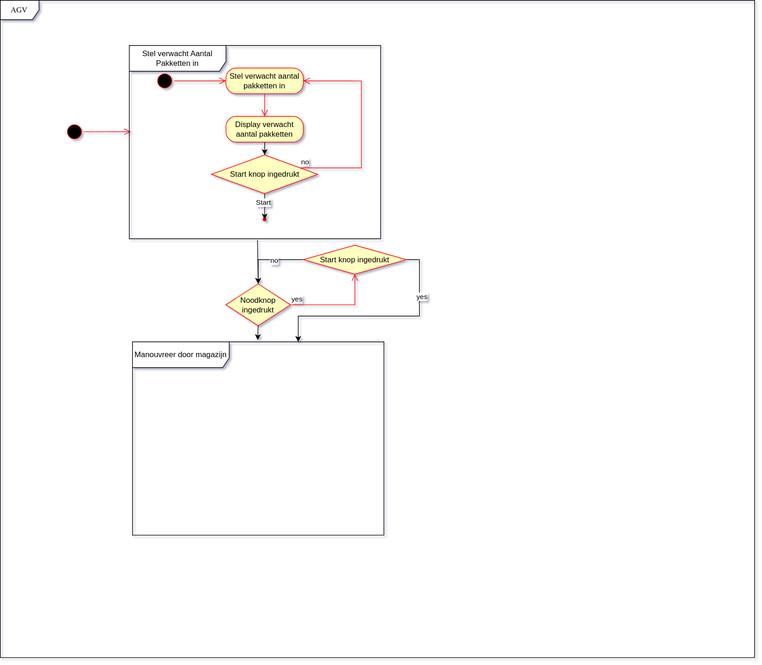
This is agv.drawio.svg from Yamairo/AGV, a draw.io export, as it was before one commit. Source tidied: cells renumbered, new cells last; positions are measured from the earlier drawing's top-left corner, leaving out a move shared by most shapes.
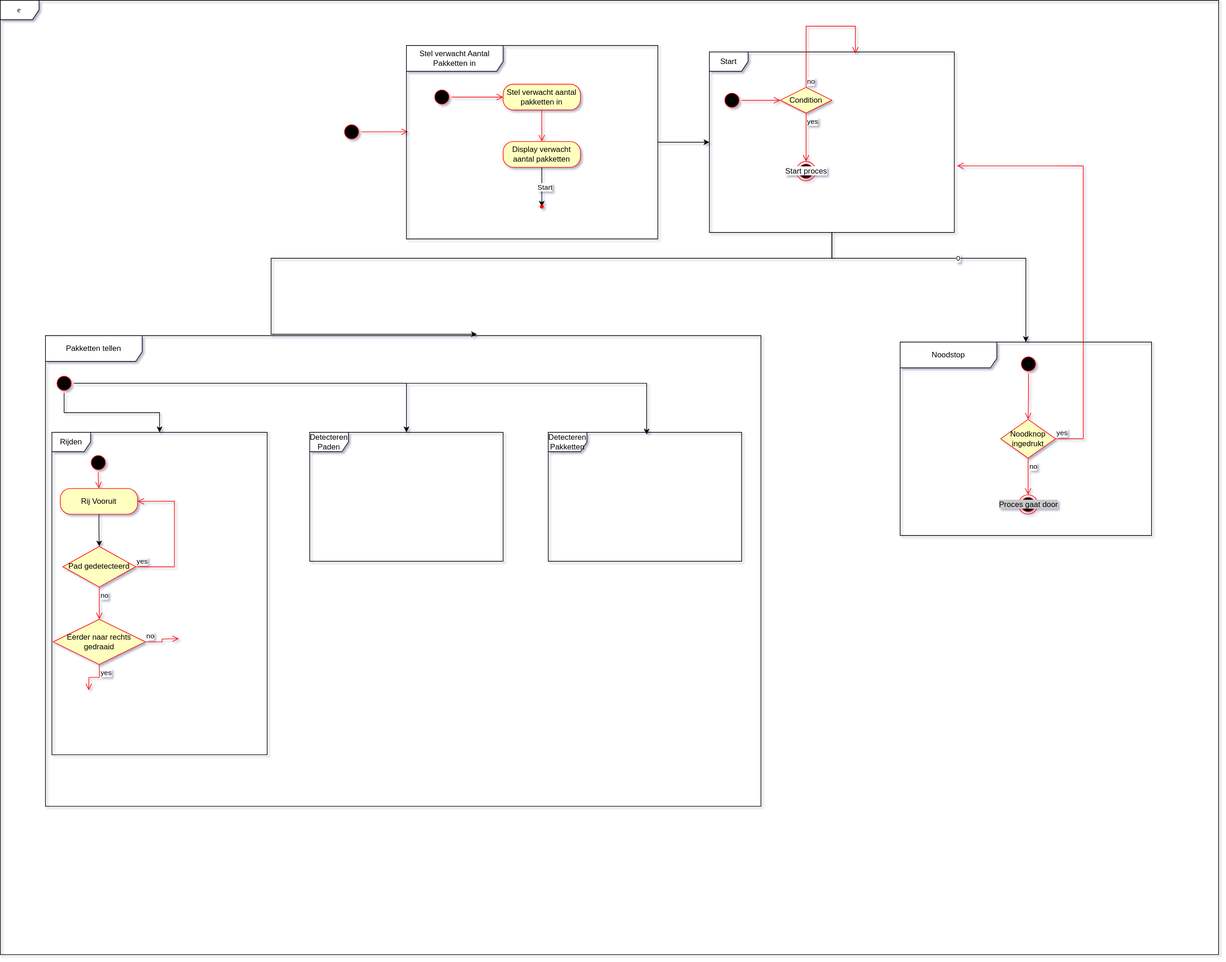
The same diagram one commit later.

The edit, as a diff of the source:
```diff
@@ -2,66 +2,17 @@
   <root>
     <mxCell id="0" />
     <mxCell id="1" parent="0" />
-    <mxCell id="2" value="AGV" style="shape=umlFrame;whiteSpace=wrap;html=1;rounded=1;shadow=0;comic=0;labelBackgroundColor=none;strokeWidth=1;fontFamily=Verdana;fontSize=12;align=center;" parent="1" vertex="1">
-      <mxGeometry width="1170" height="1020" as="geometry" />
+    <mxCell id="2" value="e" style="shape=umlFrame;whiteSpace=wrap;html=1;rounded=1;shadow=0;comic=0;labelBackgroundColor=none;strokeWidth=1;fontFamily=Verdana;fontSize=12;align=center;" parent="1" vertex="1">
+      <mxGeometry x="-430" width="1890" height="1480" as="geometry" />
     </mxCell>
-    <mxCell id="3" style="edgeStyle=orthogonalEdgeStyle;rounded=0;jettySize=auto;html=1;exitX=0.51;exitY=1.007;exitDx=0;exitDy=0;entryX=0.5;entryY=0;entryDx=0;entryDy=0;exitPerimeter=0;" parent="1" edge="1" source="24" target="9">
-      <mxGeometry relative="1" as="geometry">
-        <Array as="points">
-          <mxPoint x="400" y="372" />
-        </Array>
-      </mxGeometry>
-    </mxCell>
     <mxCell id="4" style="ellipse;html=1;shape=startState;fillColor=#000000;strokeColor=#ff0000;" parent="1" vertex="1">
       <mxGeometry x="100" y="189" width="30" height="30" as="geometry" />
     </mxCell>
     <mxCell id="5" style="edgeStyle=orthogonalEdgeStyle;html=1;verticalAlign=bottom;endArrow=open;endSize=8;strokeColor=#ff0000;rounded=0;entryX=0.006;entryY=0.446;entryDx=0;entryDy=0;entryPerimeter=0;" parent="1" edge="1" source="4" target="24">
       <mxGeometry relative="1" as="geometry" />
     </mxCell>
-    <mxCell id="6" style="shape=waypoint;sketch=0;size=6;points=[];fillColor=#ffffc0;perimeter=centerPerimeter;snapToPoint=1;strokeColor=#ff0000;fontColor=#000000;" parent="1" vertex="1">
-      <mxGeometry x="400" y="330" width="20" height="20" as="geometry" />
-    </mxCell>
-    <mxCell id="7" style="edgeStyle=orthogonalEdgeStyle;rounded=0;jettySize=auto;html=1;" parent="1" edge="1" source="22" target="6">
-      <mxGeometry relative="1" as="geometry" />
-    </mxCell>
-    <mxCell id="8" value="Start" style="edgeLabel;html=1;align=center;verticalAlign=middle;" parent="7" vertex="1">
-      <mxGeometry x="0.09" y="-3" relative="1" as="geometry">
-        <mxPoint y="1" as="offset" />
-      </mxGeometry>
-    </mxCell>
-    <mxCell id="9" value="Noodknop ingedrukt" style="rhombus;whiteSpace=wrap;html=1;fontColor=#000000;fillColor=#ffffc0;strokeColor=#ff0000;" parent="1" vertex="1">
-      <mxGeometry x="350" y="440" width="100" height="65" as="geometry" />
-    </mxCell>
-    <mxCell id="10" value="yes" style="edgeStyle=orthogonalEdgeStyle;html=1;align=left;verticalAlign=bottom;endArrow=open;endSize=8;strokeColor=#ff0000;rounded=0;entryX=0.5;entryY=1;entryDx=0;entryDy=0;" parent="1" edge="1" source="9" target="15">
-      <mxGeometry x="-1" relative="1" as="geometry">
-        <Array as="points">
-          <mxPoint x="550" y="473" />
-        </Array>
-      </mxGeometry>
-    </mxCell>
-    <mxCell id="11" style="edgeStyle=orthogonalEdgeStyle;rounded=0;jettySize=auto;html=1;exitX=0;exitY=0.5;exitDx=0;exitDy=0;entryX=0.5;entryY=0;entryDx=0;entryDy=0;" parent="1" edge="1" source="15" target="9">
-      <mxGeometry relative="1" as="geometry" />
-    </mxCell>
-    <mxCell id="12" value="no" style="edgeLabel;html=1;align=center;verticalAlign=middle;" parent="11" vertex="1">
-      <mxGeometry x="-0.16" y="1" relative="1" as="geometry" />
-    </mxCell>
-    <mxCell id="13" style="edgeStyle=orthogonalEdgeStyle;rounded=0;jettySize=auto;html=1;exitX=1;exitY=0.5;exitDx=0;exitDy=0;entryX=0.659;entryY=0;entryDx=0;entryDy=0;entryPerimeter=0;" parent="1" edge="1" source="15" target="25">
-      <mxGeometry relative="1" as="geometry">
-        <Array as="points">
-          <mxPoint x="650" y="403" />
-          <mxPoint x="650" y="490" />
-          <mxPoint x="462" y="490" />
-        </Array>
-      </mxGeometry>
-    </mxCell>
-    <mxCell id="14" value="yes" style="edgeLabel;html=1;align=center;verticalAlign=middle;" parent="13" vertex="1">
-      <mxGeometry x="-0.54" y="3" relative="1" as="geometry" />
-    </mxCell>
-    <mxCell id="15" value="Start knop ingedrukt" style="rhombus;whiteSpace=wrap;html=1;fontColor=#000000;fillColor=#ffffc0;strokeColor=#ff0000;" parent="1" vertex="1">
-      <mxGeometry x="470" y="380" width="160" height="45" as="geometry" />
-    </mxCell>
     <mxCell id="16" style="ellipse;html=1;shape=startState;fillColor=#000000;strokeColor=#ff0000;" parent="1" vertex="1">
-      <mxGeometry x="240" y="110" width="30" height="30" as="geometry" />
+      <mxGeometry x="240" y="135" width="30" height="30" as="geometry" />
     </mxCell>
     <mxCell id="17" style="edgeStyle=orthogonalEdgeStyle;html=1;verticalAlign=bottom;endArrow=open;endSize=8;strokeColor=#ff0000;rounded=0;entryX=0;entryY=0.5;entryDx=0;entryDy=0;" parent="1" edge="1" source="16" target="19">
       <mxGeometry relative="1" as="geometry" />
@@ -70,33 +21,156 @@
       <mxGeometry relative="1" as="geometry" />
     </mxCell>
     <mxCell id="19" value="Stel verwacht aantal pakketten in" style="rounded=1;whiteSpace=wrap;html=1;arcSize=40;fontColor=#000000;fillColor=#ffffc0;strokeColor=#ff0000;" parent="1" vertex="1">
-      <mxGeometry x="350" y="105" width="120" height="40" as="geometry" />
+      <mxGeometry x="350" y="130" width="120" height="40" as="geometry" />
     </mxCell>
-    <mxCell id="20" style="edgeStyle=orthogonalEdgeStyle;rounded=0;jettySize=auto;html=1;entryX=0.5;entryY=0;entryDx=0;entryDy=0;" parent="1" edge="1" source="21" target="22">
-      <mxGeometry relative="1" as="geometry" />
-    </mxCell>
+    <mxCell id="27" style="edgeStyle=orthogonalEdgeStyle;rounded=0;jettySize=auto;html=1;" parent="1" edge="1" source="21" target="30">
+      <mxGeometry relative="1" as="geometry" />
+    </mxCell>
+    <mxCell id="8" value="Start" style="edgeLabel;html=1;align=center;verticalAlign=middle;" parent="27" vertex="1">
+      <mxGeometry x="0.01" y="4" relative="1" as="geometry" />
+    </mxCell>
     <mxCell id="21" value="Display verwacht aantal pakketten" style="rounded=1;whiteSpace=wrap;html=1;arcSize=40;fontColor=#000000;fillColor=#ffffc0;strokeColor=#ff0000;" parent="1" vertex="1">
-      <mxGeometry x="350" y="180" width="120" height="40" as="geometry" />
+      <mxGeometry x="350" y="219" width="120" height="40" as="geometry" />
     </mxCell>
-    <mxCell id="22" value="Start knop ingedrukt" style="rhombus;whiteSpace=wrap;html=1;fontColor=#000000;fillColor=#ffffc0;strokeColor=#ff0000;" parent="1" vertex="1">
-      <mxGeometry x="327.5" y="240" width="165" height="60" as="geometry" />
-    </mxCell>
-    <mxCell id="23" value="no" style="edgeStyle=orthogonalEdgeStyle;html=1;align=left;verticalAlign=bottom;endArrow=open;endSize=8;strokeColor=#ff0000;rounded=0;entryX=1;entryY=0.5;entryDx=0;entryDy=0;" parent="1" edge="1" source="22" target="19">
-      <mxGeometry x="-1" relative="1" as="geometry">
-        <Array as="points">
-          <mxPoint x="560" y="260" />
-          <mxPoint x="560" y="125" />
-        </Array>
-      </mxGeometry>
-    </mxCell>
+    <mxCell id="28" style="edgeStyle=orthogonalEdgeStyle;rounded=0;jettySize=auto;html=1;" parent="1" edge="1" source="24" target="32">
+      <mxGeometry relative="1" as="geometry" />
+    </mxCell>
     <mxCell id="24" value="Stel verwacht Aantal Pakketten in" style="shape=umlFrame;whiteSpace=wrap;html=1;width=150;height=40;" parent="1" vertex="1">
       <mxGeometry x="200" y="70" width="390" height="300" as="geometry" />
     </mxCell>
-    <mxCell id="25" value="Manouvreer door magazijn" style="shape=umlFrame;whiteSpace=wrap;html=1;width=150;height=40;" parent="1" vertex="1">
-      <mxGeometry x="205" y="530" width="390" height="300" as="geometry" />
+    <mxCell id="25" value="Pakketten tellen" style="shape=umlFrame;whiteSpace=wrap;html=1;width=150;height=40;" parent="1" vertex="1">
+      <mxGeometry x="-360" y="520" width="1110" height="730" as="geometry" />
     </mxCell>
-    <mxCell id="26" style="edgeStyle=orthogonalEdgeStyle;rounded=0;jettySize=auto;html=1;exitX=0.5;exitY=1;exitDx=0;exitDy=0;entryX=0.498;entryY=-0.009;entryDx=0;entryDy=0;entryPerimeter=0;" parent="1" edge="1" source="9" target="25">
-      <mxGeometry relative="1" as="geometry" />
-    </mxCell>
+    <mxCell id="29" value="Noodstop" style="shape=umlFrame;whiteSpace=wrap;html=1;width=150;height=40;" parent="1" vertex="1">
+      <mxGeometry x="966" y="530" width="390" height="300" as="geometry" />
+    </mxCell>
+    <mxCell id="30" style="shape=waypoint;sketch=0;size=6;points=[];fillColor=#ffffc0;perimeter=centerPerimeter;snapToPoint=1;strokeColor=#ff0000;fontColor=#000000;rounded=1;arcSize=40;" parent="1" vertex="1">
+      <mxGeometry x="400" y="310" width="20" height="20" as="geometry" />
+    </mxCell>
+    <mxCell id="31" value="0" style="edgeStyle=orthogonalEdgeStyle;rounded=0;jettySize=auto;html=1;" parent="1" edge="1" source="32" target="29">
+      <mxGeometry relative="1" as="geometry">
+        <Array as="points">
+          <mxPoint x="860" y="400" />
+          <mxPoint x="1161" y="400" />
+        </Array>
+      </mxGeometry>
+    </mxCell>
+    <mxCell id="32" value="Start" style="shape=umlFrame;whiteSpace=wrap;html=1;" parent="1" vertex="1">
+      <mxGeometry x="670" y="80" width="380" height="280" as="geometry" />
+    </mxCell>
+    <mxCell id="33" style="ellipse;html=1;shape=startState;fillColor=#000000;strokeColor=#ff0000;" parent="1" vertex="1">
+      <mxGeometry x="690" y="140" width="30" height="30" as="geometry" />
+    </mxCell>
+    <mxCell id="34" style="edgeStyle=orthogonalEdgeStyle;html=1;verticalAlign=bottom;endArrow=open;endSize=8;strokeColor=#ff0000;rounded=0;entryX=0;entryY=0.5;entryDx=0;entryDy=0;" parent="1" edge="1" source="33" target="35">
+      <mxGeometry relative="1" as="geometry" />
+    </mxCell>
+    <mxCell id="35" value="Condition" style="rhombus;whiteSpace=wrap;html=1;fontColor=#000000;fillColor=#ffffc0;strokeColor=#ff0000;" parent="1" vertex="1">
+      <mxGeometry x="780" y="135" width="80" height="40" as="geometry" />
+    </mxCell>
+    <mxCell id="36" value="no" style="edgeStyle=orthogonalEdgeStyle;html=1;align=left;verticalAlign=bottom;endArrow=open;endSize=8;strokeColor=#ff0000;rounded=0;entryX=0.596;entryY=0.009;entryDx=0;entryDy=0;entryPerimeter=0;" parent="1" edge="1" source="35" target="32">
+      <mxGeometry x="-1" relative="1" as="geometry">
+        <Array as="points">
+          <mxPoint x="820" y="40" />
+          <mxPoint x="897" y="40" />
+        </Array>
+      </mxGeometry>
+    </mxCell>
+    <mxCell id="37" value="yes" style="edgeStyle=orthogonalEdgeStyle;html=1;align=left;verticalAlign=top;endArrow=open;endSize=8;strokeColor=#ff0000;rounded=0;entryX=0.5;entryY=0;entryDx=0;entryDy=0;" parent="1" edge="1" source="35" target="38">
+      <mxGeometry x="-1" relative="1" as="geometry" />
+    </mxCell>
+    <mxCell id="38" value="&lt;span style=&quot;background-color: rgb(255, 255, 255);&quot;&gt;Start proces&lt;/span&gt;" style="ellipse;html=1;shape=endState;fillColor=#000000;strokeColor=#ff0000;" parent="1" vertex="1">
+      <mxGeometry x="805" y="250" width="30" height="30" as="geometry" />
+    </mxCell>
+    <mxCell id="39" style="edgeStyle=orthogonalEdgeStyle;rounded=0;jettySize=auto;html=1;entryX=0.603;entryY=-0.003;entryDx=0;entryDy=0;entryPerimeter=0;" parent="1" edge="1" source="32" target="25">
+      <mxGeometry relative="1" as="geometry">
+        <Array as="points">
+          <mxPoint x="860" y="400" />
+          <mxPoint x="-10" y="400" />
+        </Array>
+      </mxGeometry>
+    </mxCell>
+    <mxCell id="40" style="edgeStyle=orthogonalEdgeStyle;rounded=0;jettySize=auto;html=1;" parent="1" edge="1" source="42" target="43">
+      <mxGeometry relative="1" as="geometry" />
+    </mxCell>
+    <mxCell id="41" style="edgeStyle=orthogonalEdgeStyle;rounded=0;jettySize=auto;html=1;" parent="1" edge="1" source="42" target="44">
+      <mxGeometry relative="1" as="geometry" />
+    </mxCell>
+    <mxCell id="42" style="ellipse;html=1;shape=startState;fillColor=#000000;strokeColor=#ff0000;" parent="1" vertex="1">
+      <mxGeometry x="-346" y="579" width="30" height="30" as="geometry" />
+    </mxCell>
+    <mxCell id="43" value="Rijden" style="shape=umlFrame;whiteSpace=wrap;html=1;" parent="1" vertex="1">
+      <mxGeometry x="-350" y="670" width="334" height="500" as="geometry" />
+    </mxCell>
+    <mxCell id="44" value="Detecteren Paden" style="shape=umlFrame;whiteSpace=wrap;html=1;" parent="1" vertex="1">
+      <mxGeometry x="50" y="670" width="300" height="200" as="geometry" />
+    </mxCell>
+    <mxCell id="45" value="Detecteren Pakketten" style="shape=umlFrame;whiteSpace=wrap;html=1;" parent="1" vertex="1">
+      <mxGeometry x="420" y="670" width="300" height="200" as="geometry" />
+    </mxCell>
+    <mxCell id="46" style="edgeStyle=orthogonalEdgeStyle;rounded=0;jettySize=auto;html=1;entryX=0.509;entryY=0.017;entryDx=0;entryDy=0;entryPerimeter=0;" parent="1" edge="1" source="42" target="45">
+      <mxGeometry relative="1" as="geometry" />
+    </mxCell>
+    <mxCell id="47" style="ellipse;html=1;shape=startState;fillColor=#000000;strokeColor=#ff0000;" parent="1" vertex="1">
+      <mxGeometry x="-293" y="702" width="30" height="30" as="geometry" />
+    </mxCell>
+    <mxCell id="48" style="edgeStyle=orthogonalEdgeStyle;html=1;verticalAlign=bottom;endArrow=open;endSize=8;strokeColor=#ff0000;rounded=0;entryX=0.5;entryY=0;entryDx=0;entryDy=0;" parent="1" edge="1" source="47" target="50">
+      <mxGeometry relative="1" as="geometry" />
+    </mxCell>
+    <mxCell id="49" style="edgeStyle=orthogonalEdgeStyle;rounded=0;jettySize=auto;html=1;exitX=0.5;exitY=1;exitDx=0;exitDy=0;entryX=0.5;entryY=0;entryDx=0;entryDy=0;" parent="1" edge="1" source="50" target="51">
+      <mxGeometry relative="1" as="geometry" />
+    </mxCell>
+    <mxCell id="50" value="Rij Vooruit" style="rounded=1;whiteSpace=wrap;html=1;arcSize=40;fontColor=#000000;fillColor=#ffffc0;strokeColor=#ff0000;" parent="1" vertex="1">
+      <mxGeometry x="-337" y="757" width="120" height="40" as="geometry" />
+    </mxCell>
+    <mxCell id="51" value="Pad gedetecteerd" style="rhombus;whiteSpace=wrap;html=1;fontColor=#000000;fillColor=#ffffc0;strokeColor=#ff0000;" parent="1" vertex="1">
+      <mxGeometry x="-333" y="847" width="113" height="63" as="geometry" />
+    </mxCell>
+    <mxCell id="52" value="yes" style="edgeStyle=orthogonalEdgeStyle;html=1;align=left;verticalAlign=bottom;endArrow=open;endSize=8;strokeColor=#ff0000;rounded=0;entryX=1;entryY=0.5;entryDx=0;entryDy=0;" parent="1" edge="1" source="51" target="50">
+      <mxGeometry x="-1" relative="1" as="geometry">
+        <Array as="points">
+          <mxPoint x="-160" y="879" />
+          <mxPoint x="-160" y="777" />
+        </Array>
+      </mxGeometry>
+    </mxCell>
+    <mxCell id="53" value="no" style="edgeStyle=orthogonalEdgeStyle;html=1;align=left;verticalAlign=top;endArrow=open;endSize=8;strokeColor=#ff0000;rounded=0;entryX=0.5;entryY=0;entryDx=0;entryDy=0;" parent="1" edge="1" source="51" target="59">
+      <mxGeometry x="-1" relative="1" as="geometry" />
+    </mxCell>
+    <mxCell id="54" style="ellipse;html=1;shape=startState;fillColor=#000000;strokeColor=#ff0000;" parent="1" vertex="1">
+      <mxGeometry x="1150" y="549" width="30" height="30" as="geometry" />
+    </mxCell>
+    <mxCell id="55" style="edgeStyle=orthogonalEdgeStyle;html=1;verticalAlign=bottom;endArrow=open;endSize=8;strokeColor=#ff0000;rounded=0;entryX=0.5;entryY=0;entryDx=0;entryDy=0;" parent="1" edge="1" source="54" target="9">
+      <mxGeometry relative="1" as="geometry" />
+    </mxCell>
+    <mxCell id="9" value="Noodknop ingedrukt" style="rhombus;whiteSpace=wrap;html=1;fontColor=#000000;fillColor=#ffffc0;strokeColor=#ff0000;" parent="1" vertex="1">
+      <mxGeometry x="1122" y="650" width="85" height="60" as="geometry" />
+    </mxCell>
+    <mxCell id="56" value="yes" style="edgeStyle=orthogonalEdgeStyle;html=1;align=left;verticalAlign=bottom;endArrow=open;endSize=8;strokeColor=#ff0000;rounded=0;entryX=1.011;entryY=0.631;entryDx=0;entryDy=0;entryPerimeter=0;" parent="1" edge="1" source="9" target="32">
+      <mxGeometry x="-1" relative="1" as="geometry">
+        <Array as="points">
+          <mxPoint x="1250" y="680" />
+          <mxPoint x="1250" y="257" />
+        </Array>
+      </mxGeometry>
+    </mxCell>
+    <mxCell id="57" value="no" style="edgeStyle=orthogonalEdgeStyle;html=1;align=left;verticalAlign=top;endArrow=open;endSize=8;strokeColor=#ff0000;rounded=0;entryX=0.5;entryY=0;entryDx=0;entryDy=0;" parent="1" edge="1" source="9" target="58">
+      <mxGeometry x="-1" relative="1" as="geometry" />
+    </mxCell>
+    <mxCell id="58" value="&lt;span style=&quot;background-color: rgb(201, 201, 201);&quot;&gt;Proces gaat door&lt;/span&gt;" style="ellipse;html=1;shape=endState;fillColor=#000000;strokeColor=#ff0000;" parent="1" vertex="1">
+      <mxGeometry x="1149.5" y="767" width="30" height="30" as="geometry" />
+    </mxCell>
+    <mxCell id="59" value="Eerder naar rechts gedraaid" style="rhombus;whiteSpace=wrap;html=1;fontColor=#000000;fillColor=#ffffc0;strokeColor=#ff0000;" parent="1" vertex="1">
+      <mxGeometry x="-348" y="960" width="143" height="70" as="geometry" />
+    </mxCell>
+    <mxCell id="60" value="no" style="edgeStyle=orthogonalEdgeStyle;html=1;align=left;verticalAlign=bottom;endArrow=open;endSize=8;strokeColor=#ff0000;rounded=0;" parent="1" edge="1" source="59">
+      <mxGeometry x="-1" relative="1" as="geometry">
+        <mxPoint x="-153" y="990" as="targetPoint" />
+      </mxGeometry>
+    </mxCell>
+    <mxCell id="61" value="yes" style="edgeStyle=orthogonalEdgeStyle;html=1;align=left;verticalAlign=top;endArrow=open;endSize=8;strokeColor=#ff0000;rounded=0;" parent="1" edge="1" source="59">
+      <mxGeometry x="-1" relative="1" as="geometry">
+        <mxPoint x="-293" y="1070" as="targetPoint" />
+      </mxGeometry>
+    </mxCell>
   </root>
 </mxGraphModel>
```
